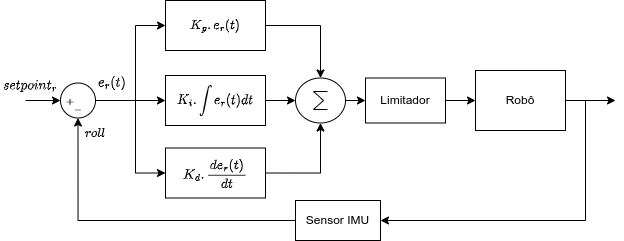
Before: images/PID.drawio.png, a diagram exported from draw.io (Brazilian-Institute-of-Robotics/bir-black-mouth-docs). Source tidied: cells renumbered, new cells last; positions are measured from the earlier drawing's top-left corner, leaving out a move shared by most shapes.
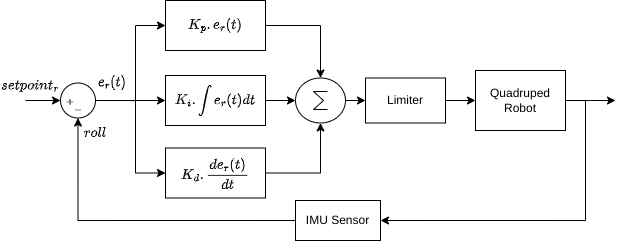
Above is the later version.

Change to the diagram source:
```diff
@@ -56,7 +56,7 @@
     <mxCell id="15" style="edgeStyle=orthogonalEdgeStyle;rounded=0;jettySize=auto;html=1;exitX=1;exitY=0.5;exitDx=0;exitDy=0;entryX=0;entryY=0.5;entryDx=0;entryDy=0;" parent="1" edge="1" source="16" target="19">
       <mxGeometry relative="1" as="geometry" />
     </mxCell>
-    <mxCell id="16" value="Limitador" style="rounded=0;whiteSpace=wrap;html=1;" parent="1" vertex="1">
+    <mxCell id="16" value="Limiter" style="rounded=0;whiteSpace=wrap;html=1;" parent="1" vertex="1">
       <mxGeometry x="365" y="77.5" width="80" height="45" as="geometry" />
     </mxCell>
     <mxCell id="17" style="edgeStyle=orthogonalEdgeStyle;rounded=0;jettySize=auto;html=1;exitX=1;exitY=0.5;exitDx=0;exitDy=0;" parent="1" edge="1" source="19">
@@ -72,7 +72,7 @@
         </Array>
       </mxGeometry>
     </mxCell>
-    <mxCell id="19" value="Robô" style="rounded=0;whiteSpace=wrap;html=1;" parent="1" vertex="1">
+    <mxCell id="19" value="Quadruped Robot" style="rounded=0;whiteSpace=wrap;html=1;" parent="1" vertex="1">
       <mxGeometry x="475" y="70" width="90" height="60" as="geometry" />
     </mxCell>
     <mxCell id="20" value="$$e_r(t)$$" style="text;html=1;strokeColor=none;fillColor=none;align=center;verticalAlign=middle;whiteSpace=wrap;rounded=0;" parent="1" vertex="1">
@@ -84,7 +84,7 @@
     <mxCell id="22" style="edgeStyle=orthogonalEdgeStyle;rounded=0;jettySize=auto;html=1;exitX=0;exitY=0.5;exitDx=0;exitDy=0;entryX=0.5;entryY=1;entryDx=0;entryDy=0;startArrow=none;startFill=0;endArrow=classic;endFill=1;" parent="1" edge="1" source="23" target="12">
       <mxGeometry relative="1" as="geometry" />
     </mxCell>
-    <mxCell id="23" value="Sensor IMU" style="rounded=0;whiteSpace=wrap;html=1;" parent="1" vertex="1">
+    <mxCell id="23" value="IMU Sensor" style="rounded=0;whiteSpace=wrap;html=1;" parent="1" vertex="1">
       <mxGeometry x="295" y="200" width="85" height="40" as="geometry" />
     </mxCell>
     <mxCell id="24" value="$$roll$$" style="text;html=1;strokeColor=none;fillColor=none;align=center;verticalAlign=middle;whiteSpace=wrap;rounded=0;" parent="1" vertex="1">
```
